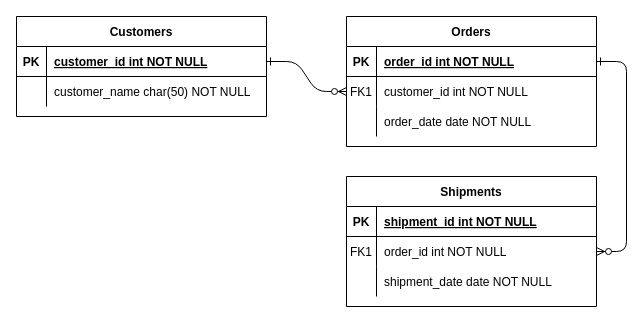
Earlier version of the draw.io diagram 未命名绘图.drawio (DylanCZW/algorithm-base). Source tidied: cells renumbered, new cells numbered last; positions are measured from the earlier drawing's top-left corner, leaving out a move shared by most shapes. Both pictures are drawn from the tidied source at 100%, with x=0, y=0 at pixel (16, 16).
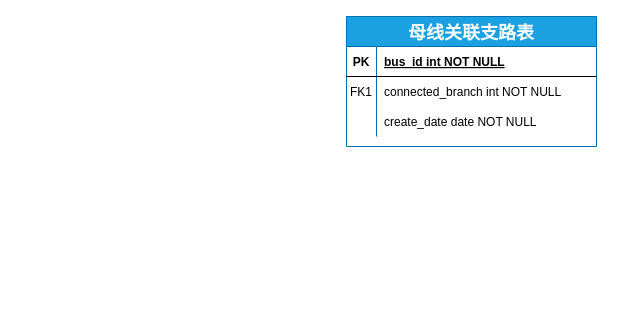
The same page after the edit.

Commit message:
母线关联支路表

The change refers to these unchanged cells:
```xml
<mxCell id="5" style="shape=partialRectangle;fillColor=none;points=[[0,0.5],[1,0.5]];portConstraint=eastwest;top=0;left=0;right=0;bottom=1;" parent="4" vertex="1">
  <mxGeometry y="30" width="250" height="30" as="geometry" />
</mxCell>
<mxCell id="8" style="shape=partialRectangle;fillColor=none;points=[[0,0.5],[1,0.5]];portConstraint=eastwest;top=0;left=0;right=0;bottom=0;" parent="4" vertex="1">
  <mxGeometry y="60" width="250" height="30" as="geometry" />
</mxCell>
<mxCell id="11" style="shape=partialRectangle;fillColor=none;top=0;left=0;right=0;bottom=0;" parent="4" vertex="1">
  <mxGeometry y="90" width="250" height="30" as="geometry" />
</mxCell>
```

What changed in the source:
```diff
@@
-    <mxCell id="2" style="edgeStyle=entityRelationEdgeStyle;endArrow=ERzeroToMany;startArrow=ERone;endFill=1;startFill=0;" parent="1" edge="1" source="25" target="8">
-      <mxGeometry relative="1" as="geometry" />
-    </mxCell>
-    <mxCell id="3" style="edgeStyle=entityRelationEdgeStyle;endArrow=ERzeroToMany;startArrow=ERone;endFill=1;startFill=0;" parent="1" edge="1" source="5" target="18">
-      <mxGeometry relative="1" as="geometry" />
-    </mxCell>
-    <mxCell id="4" value="Orders" style="shape=table;startSize=30;childLayout=tableLayout;rowLines=0;fontStyle=1;align=center;" parent="1" vertex="1">
+    <mxCell id="4" value="母线关联支路表" style="shape=table;startSize=30;childLayout=tableLayout;rowLines=0;fontStyle=1;align=center;fontSize=18;fillColor=#1ba1e2;fontColor=#ffffff;strokeColor=#006EAF;" parent="1" vertex="1">
       <mxGeometry x="330" width="250" height="130" as="geometry" />
     </mxCell>
@@
-    <mxCell id="7" value="order_id int NOT NULL " style="shape=partialRectangle;overflow=hidden;fillColor=none;top=0;left=0;bottom=0;right=0;align=left;spacingLeft=6;fontStyle=5;" parent="5" vertex="1">
+    <mxCell id="7" value="bus_id int NOT NULL " style="shape=partialRectangle;overflow=hidden;fillColor=none;top=0;left=0;bottom=0;right=0;align=left;spacingLeft=6;fontStyle=5;" parent="5" vertex="1">
       <mxGeometry x="30" width="220" height="30" as="geometry" />
     </mxCell>
@@
-    <mxCell id="10" value="customer_id int NOT NULL" style="shape=partialRectangle;overflow=hidden;fillColor=none;top=0;left=0;bottom=0;right=0;align=left;spacingLeft=6;" parent="8" vertex="1">
+    <mxCell id="10" value="connected_branch int NOT NULL" style="shape=partialRectangle;overflow=hidden;fillColor=none;top=0;left=0;bottom=0;right=0;align=left;spacingLeft=6;" parent="8" vertex="1">
       <mxGeometry x="30" width="220" height="30" as="geometry" />
     </mxCell>
@@
-    <mxCell id="13" value="order_date date NOT NULL" style="shape=partialRectangle;overflow=hidden;fillColor=none;top=0;left=0;bottom=0;right=0;align=left;spacingLeft=6;" parent="11" vertex="1">
+    <mxCell id="13" value="create_date date NOT NULL" style="shape=partialRectangle;overflow=hidden;fillColor=none;top=0;left=0;bottom=0;right=0;align=left;spacingLeft=6;" parent="11" vertex="1">
       <mxGeometry x="30" width="220" height="30" as="geometry" />
     </mxCell>
-    <mxCell id="14" value="Shipments" style="shape=table;startSize=30;childLayout=tableLayout;rowLines=0;fontStyle=1;align=center;" parent="1" vertex="1">
-      <mxGeometry x="330" y="160" width="250" height="130" as="geometry" />
-    </mxCell>
-    <mxCell id="15" style="shape=partialRectangle;fillColor=none;top=0;left=0;right=0;bottom=1;" parent="14" vertex="1">
-      <mxGeometry y="30" width="250" height="30" as="geometry" />
-    </mxCell>
-    <mxCell id="16" value="PK" style="shape=partialRectangle;overflow=hidden;fillColor=none;top=0;left=0;bottom=0;right=0;fontStyle=1;" parent="15" vertex="1">
-      <mxGeometry width="30" height="30" as="geometry" />
-    </mxCell>
-    <mxCell id="17" value="shipment_id int NOT NULL " style="shape=partialRectangle;overflow=hidden;fillColor=none;top=0;left=0;bottom=0;right=0;align=left;spacingLeft=6;fontStyle=5;" parent="15" vertex="1">
-      <mxGeometry x="30" width="220" height="30" as="geometry" />
-    </mxCell>
-    <mxCell id="18" style="shape=partialRectangle;fillColor=none;points=[[0,0.5],[1,0.5]];portConstraint=eastwest;top=0;left=0;right=0;bottom=0;" parent="14" vertex="1">
-      <mxGeometry y="60" width="250" height="30" as="geometry" />
-    </mxCell>
-    <mxCell id="19" value="FK1" style="shape=partialRectangle;overflow=hidden;fillColor=none;top=0;left=0;bottom=0;right=0;" parent="18" vertex="1">
-      <mxGeometry width="30" height="30" as="geometry" />
-    </mxCell>
-    <mxCell id="20" value="order_id int NOT NULL" style="shape=partialRectangle;overflow=hidden;fillColor=none;top=0;left=0;bottom=0;right=0;align=left;spacingLeft=6;" parent="18" vertex="1">
-      <mxGeometry x="30" width="220" height="30" as="geometry" />
-    </mxCell>
-    <mxCell id="21" style="shape=partialRectangle;fillColor=none;top=0;left=0;right=0;bottom=0;" parent="14" vertex="1">
-      <mxGeometry y="90" width="250" height="30" as="geometry" />
-    </mxCell>
-    <mxCell id="22" style="shape=partialRectangle;overflow=hidden;fillColor=none;top=0;left=0;bottom=0;right=0;" parent="21" vertex="1">
-      <mxGeometry width="30" height="30" as="geometry" />
-    </mxCell>
-    <mxCell id="23" value="shipment_date date NOT NULL" style="shape=partialRectangle;overflow=hidden;fillColor=none;top=0;left=0;bottom=0;right=0;align=left;spacingLeft=6;" parent="21" vertex="1">
-      <mxGeometry x="30" width="220" height="30" as="geometry" />
-    </mxCell>
-    <mxCell id="24" value="Customers" style="shape=table;startSize=30;childLayout=tableLayout;rowLines=0;fontStyle=1;align=center;" parent="1" vertex="1">
-      <mxGeometry width="250" height="100" as="geometry" />
-    </mxCell>
-    <mxCell id="25" style="shape=partialRectangle;fillColor=none;points=[[0,0.5],[1,0.5]];portConstraint=eastwest;top=0;left=0;right=0;bottom=1;" parent="24" vertex="1">
-      <mxGeometry y="30" width="250" height="30" as="geometry" />
-    </mxCell>
-    <mxCell id="26" value="PK" style="shape=partialRectangle;overflow=hidden;fillColor=none;top=0;left=0;bottom=0;right=0;fontStyle=1;" parent="25" vertex="1">
-      <mxGeometry width="30" height="30" as="geometry" />
-    </mxCell>
-    <mxCell id="27" value="customer_id int NOT NULL " style="shape=partialRectangle;overflow=hidden;fillColor=none;top=0;left=0;bottom=0;right=0;align=left;spacingLeft=6;fontStyle=5;" parent="25" vertex="1">
-      <mxGeometry x="30" width="220" height="30" as="geometry" />
-    </mxCell>
-    <mxCell id="28" style="shape=partialRectangle;fillColor=none;top=0;left=0;right=0;bottom=0;" parent="24" vertex="1">
-      <mxGeometry y="60" width="250" height="30" as="geometry" />
-    </mxCell>
-    <mxCell id="29" style="shape=partialRectangle;overflow=hidden;fillColor=none;top=0;left=0;bottom=0;right=0;" parent="28" vertex="1">
-      <mxGeometry width="30" height="30" as="geometry" />
-    </mxCell>
-    <mxCell id="30" value="customer_name char(50) NOT NULL" style="shape=partialRectangle;overflow=hidden;fillColor=none;top=0;left=0;bottom=0;right=0;align=left;spacingLeft=6;" parent="28" vertex="1">
-      <mxGeometry x="30" width="220" height="30" as="geometry" />
-    </mxCell>
```
